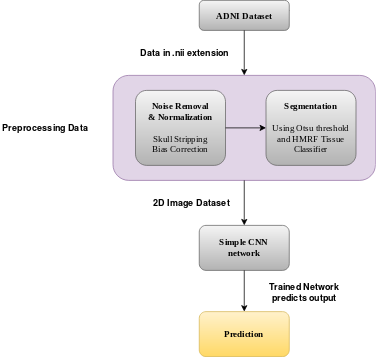
This is Images/Single_Classifier_Flowchart.png from natli-think/Alzheimers_Disease_Detection_Using_Deep_Learning, a draw.io export, as it was before one commit. Source tidied: cells renumbered, new cells last; positions are measured from the earlier drawing's top-left corner, leaving out a move shared by most shapes.
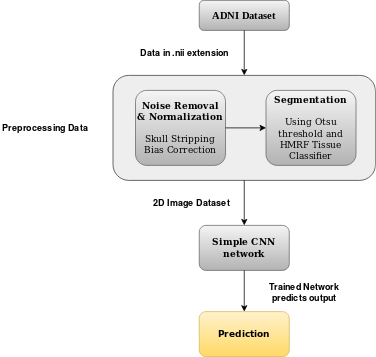
After the change.

Commit message:
Change colour & font

The edit, as a diff of the source:
```diff
@@ -2,48 +2,48 @@
   <root>
     <mxCell id="0" />
     <mxCell id="1" parent="0" />
-    <mxCell id="2" style="rounded=1;whiteSpace=wrap;html=1;fillColor=#e1d5e7;strokeColor=#9673a6;" parent="1" vertex="1">
-      <mxGeometry x="150" y="100" width="350" height="140" as="geometry" />
-    </mxCell>
-    <mxCell id="3" style="endArrow=classic;html=1;strokeColor=#000000;fillColor=#000000;" parent="1" edge="1" source="8">
-      <mxGeometry relative="1" as="geometry">
-        <mxPoint x="353" y="17" as="targetPoint" />
-      </mxGeometry>
-    </mxCell>
+    <mxCell id="17" style="rounded=1;whiteSpace=wrap;html=1;fillColor=#eeeeee;strokeColor=#36393d;" parent="1" vertex="1">
+      <mxGeometry x="150" y="100" width="350" height="140" as="geometry" />
+    </mxCell>
+    <mxCell id="18" style="endArrow=classic;html=1;strokeColor=#000000;fillColor=#000000;" parent="1" edge="1" source="8">
+      <mxGeometry relative="1" as="geometry">
+        <mxPoint x="353" y="17" as="targetPoint" />
+      </mxGeometry>
+    </mxCell>
     <mxCell id="4" value="&lt;div&gt;&lt;font style=&quot;font-size: 12px&quot; face=&quot;Helvetica&quot;&gt;&lt;b&gt;Data in .nii extension&lt;/b&gt;&lt;/font&gt;&lt;/div&gt;" style="text;html=1;align=center;verticalAlign=middle;fillColor=none;strokeColor=none;rounded=0;" parent="1" vertex="1">
       <mxGeometry x="180" y="60" width="130" height="20" as="geometry" />
     </mxCell>
-    <mxCell id="5" value="&lt;div&gt;&lt;font face=&quot;Times New Roman&quot;&gt;&lt;b&gt;Noise Removal&lt;/b&gt;&lt;/font&gt;&lt;/div&gt;&lt;div&gt;&lt;font face=&quot;Times New Roman&quot;&gt;&lt;b&gt;&amp;amp; Normalization&lt;/b&gt;&lt;/font&gt;&lt;/div&gt;&lt;div&gt;&lt;font face=&quot;Times New Roman&quot;&gt;&lt;br&gt;&lt;/font&gt;&lt;/div&gt;&lt;div&gt;&lt;font face=&quot;Times New Roman&quot;&gt;Skull Stripping&lt;/font&gt;&lt;/div&gt;&lt;div&gt;&lt;font face=&quot;Times New Roman&quot;&gt;Bias Correction&lt;b&gt;&lt;br&gt;&lt;/b&gt;&lt;/font&gt;&lt;/div&gt;" style="rounded=1;whiteSpace=wrap;html=1;fillColor=#f5f5f5;strokeColor=#666666;gradientColor=#b3b3b3;" parent="1" vertex="1">
+    <mxCell id="5" value="&lt;div&gt;&lt;font face=&quot;Comic Sans MS&quot;&gt;&lt;b&gt;Noise Removal&lt;/b&gt;&lt;/font&gt;&lt;/div&gt;&lt;div&gt;&lt;font face=&quot;Comic Sans MS&quot;&gt;&lt;b&gt;&amp;amp; Normalization&lt;/b&gt;&lt;/font&gt;&lt;/div&gt;&lt;div&gt;&lt;font face=&quot;Comic Sans MS&quot;&gt;&lt;br&gt;&lt;/font&gt;&lt;/div&gt;&lt;div&gt;&lt;font face=&quot;Comic Sans MS&quot;&gt;Skull Stripping&lt;/font&gt;&lt;/div&gt;&lt;div&gt;&lt;font face=&quot;Comic Sans MS&quot;&gt;Bias Correction&lt;b&gt;&lt;br&gt;&lt;/b&gt;&lt;/font&gt;&lt;/div&gt;" style="rounded=1;whiteSpace=wrap;html=1;fillColor=#f5f5f5;strokeColor=#666666;gradientColor=#b3b3b3;" parent="1" vertex="1">
       <mxGeometry x="180" y="120" width="120" height="100" as="geometry" />
     </mxCell>
-    <mxCell id="6" value="&lt;div&gt;&lt;font face=&quot;Times New Roman&quot;&gt;&lt;b&gt;Segmentation &lt;br&gt;&lt;/b&gt;&lt;/font&gt;&lt;/div&gt;&lt;div&gt;&lt;font face=&quot;Times New Roman&quot;&gt;&lt;br&gt;&lt;/font&gt;&lt;/div&gt;&lt;div&gt;&lt;font face=&quot;Times New Roman&quot;&gt;Using Otsu threshold and HMRF Tissue Classifier&lt;br&gt;&lt;/font&gt;&lt;/div&gt;" style="rounded=1;whiteSpace=wrap;html=1;fillColor=#f5f5f5;strokeColor=#666666;gradientColor=#b3b3b3;" parent="1" vertex="1">
+    <mxCell id="6" value="&lt;div&gt;&lt;font face=&quot;Comic Sans MS&quot;&gt;&lt;b&gt;Segmentation &lt;br&gt;&lt;/b&gt;&lt;/font&gt;&lt;/div&gt;&lt;div&gt;&lt;font face=&quot;Comic Sans MS&quot;&gt;&lt;br&gt;&lt;/font&gt;&lt;/div&gt;&lt;div&gt;&lt;font face=&quot;Comic Sans MS&quot;&gt;Using Otsu threshold and HMRF Tissue Classifier&lt;br&gt;&lt;/font&gt;&lt;/div&gt;" style="rounded=1;whiteSpace=wrap;html=1;fillColor=#f5f5f5;strokeColor=#666666;gradientColor=#b3b3b3;" parent="1" vertex="1">
       <mxGeometry x="354" y="120" width="120" height="100" as="geometry" />
     </mxCell>
     <mxCell id="7" style="endArrow=classic;html=1;strokeColor=#000000;fillColor=#000000;entryX=0;entryY=0.5;entryDx=0;entryDy=0;exitX=1;exitY=0.5;exitDx=0;exitDy=0;" parent="1" edge="1" source="5" target="6">
       <mxGeometry relative="1" as="geometry" />
     </mxCell>
-    <mxCell id="8" value="&lt;font face=&quot;Times New Roman&quot;&gt;&lt;b&gt;ADNI Dataset&lt;/b&gt;&lt;/font&gt;" style="rounded=1;whiteSpace=wrap;html=1;fontSize=12;glass=0;strokeWidth=1;shadow=0;fillColor=#f5f5f5;fontFamily=Sans Serif;FType=g;strokeColor=#666666;gradientColor=#b3b3b3;" parent="1" vertex="1">
+    <mxCell id="8" value="&lt;font style=&quot;font-size: 14px&quot; face=&quot;Times New Roman&quot;&gt;&lt;b&gt;ADNI Dataset&lt;/b&gt;&lt;/font&gt;" style="rounded=1;whiteSpace=wrap;html=1;fontSize=12;glass=0;strokeWidth=1;shadow=0;fillColor=#f5f5f5;fontFamily=Sans Serif;FType=g;strokeColor=#666666;gradientColor=#b3b3b3;" parent="1" vertex="1">
       <mxGeometry x="265" width="120" height="40" as="geometry" />
     </mxCell>
     <mxCell id="9" value="&lt;font face=&quot;Helvetica&quot;&gt;&lt;b&gt;Preprocessing Data &lt;br&gt;&lt;/b&gt;&lt;/font&gt;" style="text;html=1;strokeColor=none;fillColor=none;align=center;verticalAlign=middle;whiteSpace=wrap;rounded=0;" parent="1" vertex="1">
       <mxGeometry y="160" width="120" height="20" as="geometry" />
     </mxCell>
-    <mxCell id="10" style="endArrow=classic;html=1;strokeColor=#000000;fillColor=#000000;exitX=0.5;exitY=1;exitDx=0;exitDy=0;entryX=0.5;entryY=0;entryDx=0;entryDy=0;" parent="1" edge="1" source="8" target="2">
-      <mxGeometry relative="1" as="geometry" />
-    </mxCell>
+    <mxCell id="19" style="endArrow=classic;html=1;strokeColor=#000000;fillColor=#000000;exitX=0.5;exitY=1;exitDx=0;exitDy=0;entryX=0.5;entryY=0;entryDx=0;entryDy=0;" parent="1" edge="1" source="8" target="17">
+      <mxGeometry relative="1" as="geometry" />
+    </mxCell>
-    <mxCell id="11" value="&lt;div&gt;&lt;font face=&quot;Times New Roman&quot;&gt;&lt;b&gt;Simple CNN &lt;br&gt;&lt;/b&gt;&lt;/font&gt;&lt;/div&gt;&lt;div&gt;&lt;font face=&quot;Times New Roman&quot;&gt;&lt;b&gt;network&lt;/b&gt;&lt;/font&gt;&lt;/div&gt;" style="rounded=1;whiteSpace=wrap;html=1;fillColor=#f5f5f5;gradientColor=#b3b3b3;strokeColor=#666666;" parent="1" vertex="1">
+    <mxCell id="11" value="&lt;div&gt;&lt;font face=&quot;Comic Sans MS&quot;&gt;&lt;b&gt;Simple CNN &lt;br&gt;&lt;/b&gt;&lt;/font&gt;&lt;/div&gt;&lt;div&gt;&lt;font face=&quot;Comic Sans MS&quot;&gt;&lt;b&gt;network&lt;/b&gt;&lt;/font&gt;&lt;/div&gt;" style="rounded=1;whiteSpace=wrap;html=1;fillColor=#f5f5f5;gradientColor=#b3b3b3;strokeColor=#666666;" parent="1" vertex="1">
       <mxGeometry x="265" y="300" width="120" height="60" as="geometry" />
     </mxCell>
-    <mxCell id="12" style="endArrow=classic;html=1;strokeColor=#000000;fillColor=#000000;exitX=0.5;exitY=1;exitDx=0;exitDy=0;entryX=0.5;entryY=0;entryDx=0;entryDy=0;" parent="1" edge="1" source="2" target="11">
-      <mxGeometry relative="1" as="geometry" />
-    </mxCell>
+    <mxCell id="20" style="endArrow=classic;html=1;strokeColor=#000000;fillColor=#000000;exitX=0.5;exitY=1;exitDx=0;exitDy=0;entryX=0.5;entryY=0;entryDx=0;entryDy=0;" parent="1" edge="1" source="17" target="11">
+      <mxGeometry relative="1" as="geometry" />
+    </mxCell>
     <mxCell id="13" value="&lt;div&gt;&lt;b&gt;2D Image Dataset &lt;br&gt;&lt;/b&gt;&lt;/div&gt;" style="text;html=1;strokeColor=none;fillColor=none;align=center;verticalAlign=middle;whiteSpace=wrap;rounded=0;" parent="1" vertex="1">
       <mxGeometry x="170" y="260" width="170" height="20" as="geometry" />
     </mxCell>
     <mxCell id="14" style="endArrow=classic;html=1;strokeColor=#000000;fillColor=#000000;" parent="1" edge="1" source="11" target="15">
       <mxGeometry relative="1" as="geometry" />
     </mxCell>
-    <mxCell id="15" value="&lt;font face=&quot;Times New Roman&quot;&gt;&lt;b&gt;Prediction&lt;/b&gt;&lt;/font&gt;" style="rounded=1;whiteSpace=wrap;html=1;fillColor=#fff2cc;gradientColor=#ffd966;strokeColor=#d6b656;" parent="1" vertex="1">
+    <mxCell id="15" value="&lt;font face=&quot;Sans Serif&quot;&gt;&lt;b&gt;Prediction&lt;/b&gt;&lt;/font&gt;" style="rounded=1;whiteSpace=wrap;html=1;fillColor=#fff2cc;gradientColor=#ffd966;strokeColor=#d6b656;" parent="1" vertex="1">
       <mxGeometry x="265" y="415" width="120" height="60" as="geometry" />
     </mxCell>
     <mxCell id="16" value="&lt;b&gt;Trained Network predicts output &lt;/b&gt;" style="text;html=1;strokeColor=none;fillColor=none;align=center;verticalAlign=middle;whiteSpace=wrap;rounded=0;" parent="1" vertex="1">
```
